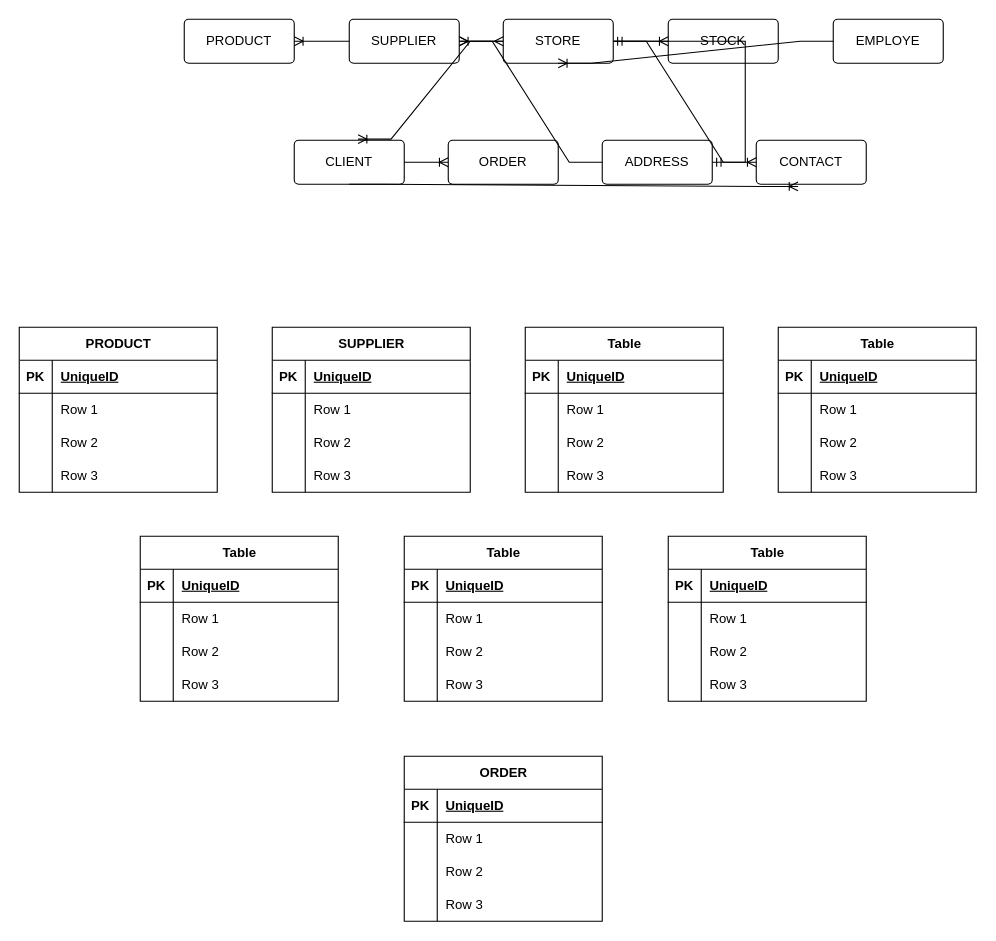
This is Diagram_from_store.drawio from maurilio-sousa/exercicios_de_aula, a draw.io file, before an edit. Source tidied: cells renumbered, new cells numbered last; positions are measured from the earlier drawing's top-left corner, leaving out a move shared by most shapes. Both pictures are drawn from the tidied source at 110%, with x=0, y=0 at pixel (19, 19).
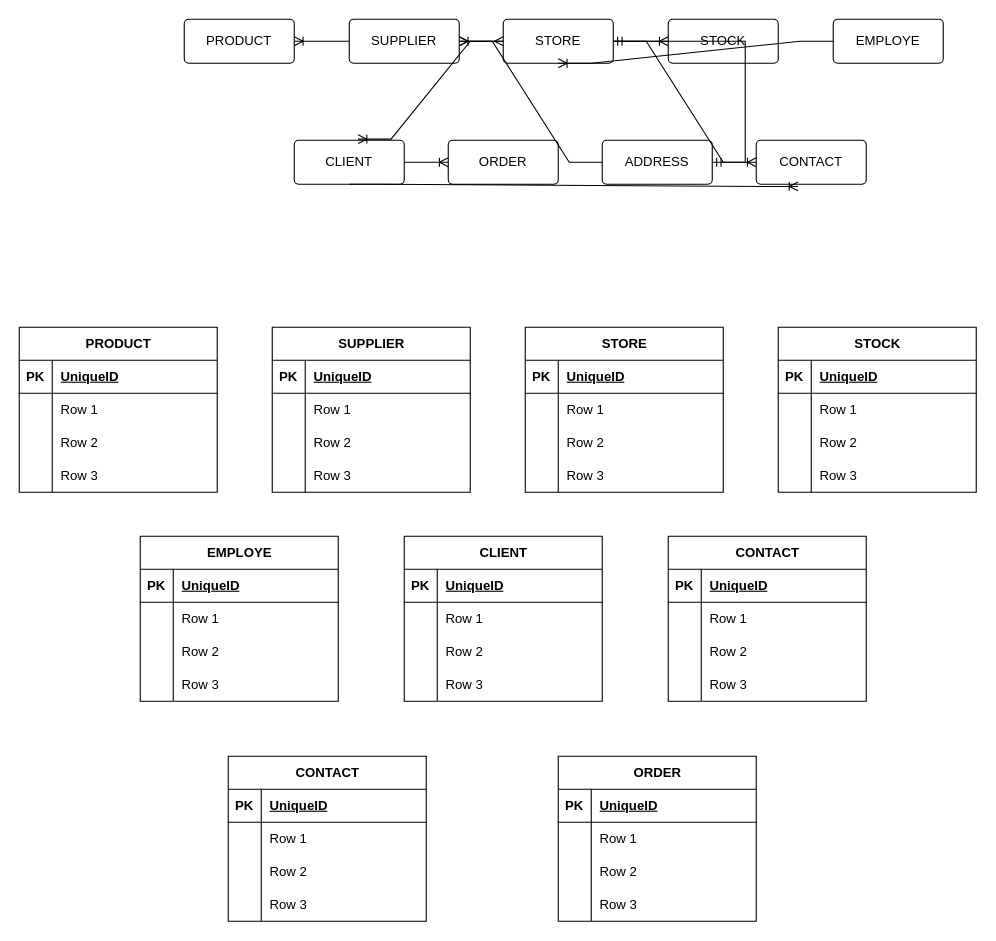
After the change.

Change to the diagram source:
```diff
@@
-    <mxCell id="21" value="Table" style="shape=table;startSize=30;childLayout=tableLayout;rowLines=0;fontStyle=1;align=center;html=1;" parent="1" vertex="1">
+    <mxCell id="21" value="CONTACT" style="shape=table;startSize=30;childLayout=tableLayout;rowLines=0;fontStyle=1;align=center;html=1;" parent="1" vertex="1">
       <mxGeometry x="590" y="470" width="180" height="150" as="geometry" />
     </mxCell>
@@
-    <mxCell id="34" value="Table" style="shape=table;startSize=30;childLayout=tableLayout;rowLines=0;fontStyle=1;align=center;html=1;" parent="1" vertex="1">
+    <mxCell id="34" value="CLIENT" style="shape=table;startSize=30;childLayout=tableLayout;rowLines=0;fontStyle=1;align=center;html=1;" parent="1" vertex="1">
       <mxGeometry x="350" y="470" width="180" height="150" as="geometry" />
     </mxCell>
@@
-    <mxCell id="47" value="Table" style="shape=table;startSize=30;childLayout=tableLayout;rowLines=0;fontStyle=1;align=center;html=1;" parent="1" vertex="1">
+    <mxCell id="47" value="EMPLOYE" style="shape=table;startSize=30;childLayout=tableLayout;rowLines=0;fontStyle=1;align=center;html=1;" parent="1" vertex="1">
       <mxGeometry x="110" y="470" width="180" height="150" as="geometry" />
     </mxCell>
@@
-    <mxCell id="86" value="Table" style="shape=table;startSize=30;childLayout=tableLayout;rowLines=0;fontStyle=1;align=center;html=1;" parent="1" vertex="1">
+    <mxCell id="86" value="STORE" style="shape=table;startSize=30;childLayout=tableLayout;rowLines=0;fontStyle=1;align=center;html=1;" parent="1" vertex="1">
       <mxGeometry x="460" y="280" width="180" height="150" as="geometry" />
     </mxCell>
@@
-    <mxCell id="99" value="Table" style="shape=table;startSize=30;childLayout=tableLayout;rowLines=0;fontStyle=1;align=center;html=1;" parent="1" vertex="1">
+    <mxCell id="99" value="STOCK" style="shape=table;startSize=30;childLayout=tableLayout;rowLines=0;fontStyle=1;align=center;html=1;" parent="1" vertex="1">
       <mxGeometry x="690" y="280" width="180" height="150" as="geometry" />
     </mxCell>
@@
     <mxCell id="112" value="ORDER" style="shape=table;startSize=30;childLayout=tableLayout;rowLines=0;fontStyle=1;align=center;html=1;" parent="1" vertex="1">
-      <mxGeometry x="350" y="670" width="180" height="150" as="geometry" />
+      <mxGeometry x="490" y="670" width="180" height="150" as="geometry" />
     </mxCell>
@@
+    <mxCell id="125" value="CONTACT" style="shape=table;startSize=30;childLayout=tableLayout;rowLines=0;fontStyle=1;align=center;html=1;" parent="1" vertex="1">
+      <mxGeometry x="190" y="670" width="180" height="150" as="geometry" />
+    </mxCell>
+    <mxCell id="126" style="shape=tableRow;horizontal=0;startSize=0;swimlaneHead=0;swimlaneBody=0;fillColor=none;top=0;left=0;right=0;bottom=1;" parent="125" vertex="1">
+      <mxGeometry y="30" width="180" height="30" as="geometry" />
+    </mxCell>
+    <mxCell id="127" value="PK" style="shape=partialRectangle;fillColor=none;top=0;left=0;bottom=0;right=0;fontStyle=1;overflow=hidden;whiteSpace=wrap;html=1;" parent="126" vertex="1">
+      <mxGeometry width="30" height="30" as="geometry" />
+    </mxCell>
+    <mxCell id="128" value="UniqueID" style="shape=partialRectangle;fillColor=none;top=0;left=0;bottom=0;right=0;align=left;spacingLeft=6;fontStyle=5;overflow=hidden;whiteSpace=wrap;html=1;" parent="126" vertex="1">
+      <mxGeometry x="30" width="150" height="30" as="geometry" />
+    </mxCell>
+    <mxCell id="129" style="shape=tableRow;horizontal=0;startSize=0;swimlaneHead=0;swimlaneBody=0;fillColor=none;top=0;left=0;right=0;bottom=0;" parent="125" vertex="1">
+      <mxGeometry y="60" width="180" height="30" as="geometry" />
+    </mxCell>
+    <mxCell id="130" style="shape=partialRectangle;fillColor=none;top=0;left=0;bottom=0;right=0;overflow=hidden;whiteSpace=wrap;html=1;" parent="129" vertex="1">
+      <mxGeometry width="30" height="30" as="geometry" />
+    </mxCell>
+    <mxCell id="131" value="Row 1" style="shape=partialRectangle;fillColor=none;top=0;left=0;bottom=0;right=0;align=left;spacingLeft=6;overflow=hidden;whiteSpace=wrap;html=1;" parent="129" vertex="1">
+      <mxGeometry x="30" width="150" height="30" as="geometry" />
+    </mxCell>
+    <mxCell id="132" style="shape=tableRow;horizontal=0;startSize=0;swimlaneHead=0;swimlaneBody=0;fillColor=none;top=0;left=0;right=0;bottom=0;" parent="125" vertex="1">
+      <mxGeometry y="90" width="180" height="30" as="geometry" />
+    </mxCell>
+    <mxCell id="133" style="shape=partialRectangle;fillColor=none;top=0;left=0;bottom=0;right=0;overflow=hidden;whiteSpace=wrap;html=1;" parent="132" vertex="1">
+      <mxGeometry width="30" height="30" as="geometry" />
+    </mxCell>
+    <mxCell id="134" value="Row 2" style="shape=partialRectangle;fillColor=none;top=0;left=0;bottom=0;right=0;align=left;spacingLeft=6;overflow=hidden;whiteSpace=wrap;html=1;" parent="132" vertex="1">
+      <mxGeometry x="30" width="150" height="30" as="geometry" />
+    </mxCell>
+    <mxCell id="135" style="shape=tableRow;horizontal=0;startSize=0;swimlaneHead=0;swimlaneBody=0;fillColor=none;top=0;left=0;right=0;bottom=0;" parent="125" vertex="1">
+      <mxGeometry y="120" width="180" height="30" as="geometry" />
+    </mxCell>
+    <mxCell id="136" style="shape=partialRectangle;fillColor=none;top=0;left=0;bottom=0;right=0;overflow=hidden;whiteSpace=wrap;html=1;" parent="135" vertex="1">
+      <mxGeometry width="30" height="30" as="geometry" />
+    </mxCell>
+    <mxCell id="137" value="Row 3" style="shape=partialRectangle;fillColor=none;top=0;left=0;bottom=0;right=0;align=left;spacingLeft=6;overflow=hidden;whiteSpace=wrap;html=1;" parent="135" vertex="1">
+      <mxGeometry x="30" width="150" height="30" as="geometry" />
+    </mxCell>
```
